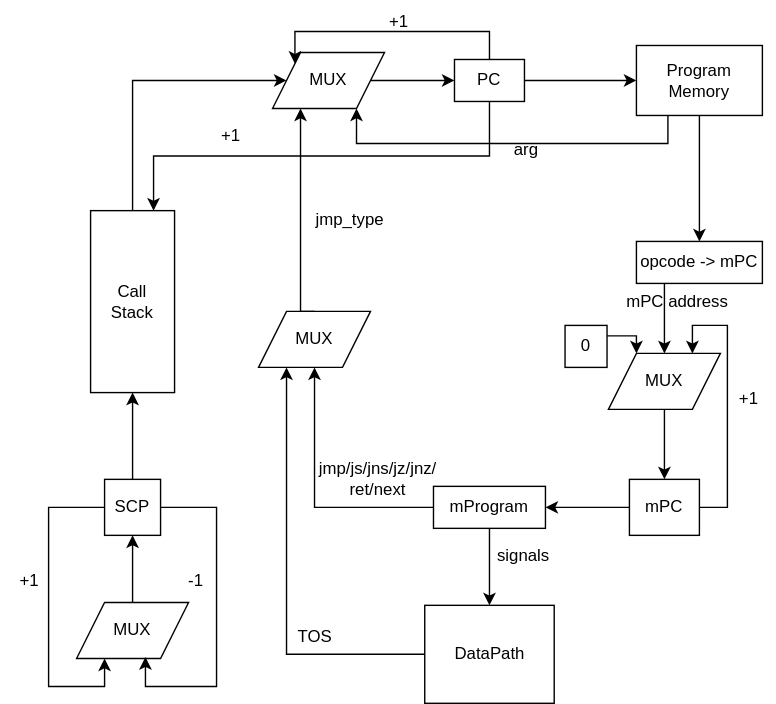
Earlier version of the draw.io export schemes/ControlUnit.svg (stanislav-shchetinin/MyAsm). Source tidied: cells renumbered, new cells last; positions are measured from the earlier drawing's top-left corner, leaving out a move shared by most shapes.
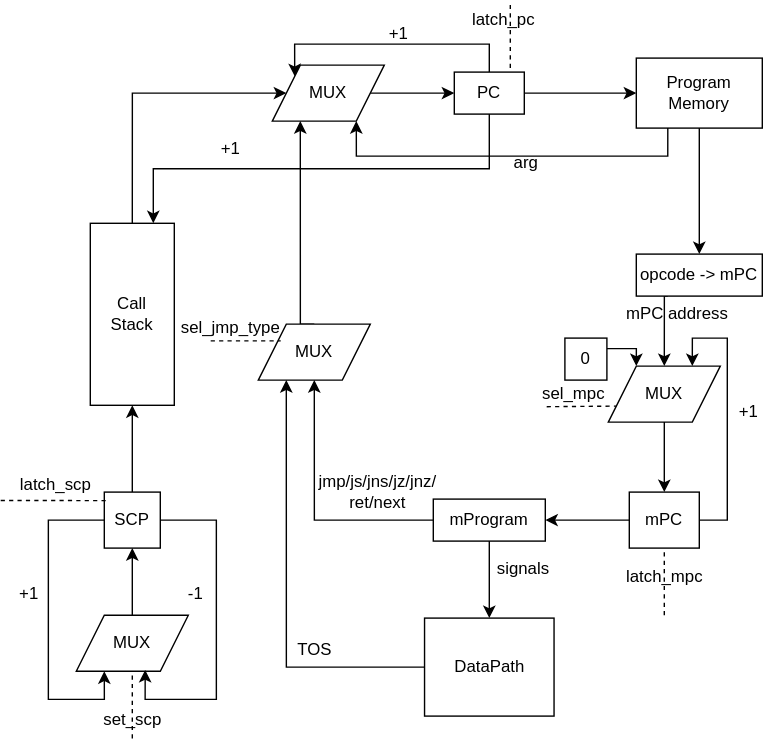
The same file after the commit.

The edit, as a diff of the source:
```diff
@@ -111,9 +111,6 @@
     <mxCell id="33" value="jmp/js/jns/jz/jnz/&lt;div&gt;ret/next&lt;/div&gt;" style="text;html=1;align=center;verticalAlign=middle;strokeColor=none;fillColor=none;" parent="1" vertex="1">
       <mxGeometry x="214" y="322" width="110" height="40" as="geometry" />
     </mxCell>
-    <mxCell id="34" value="jmp_type" style="text;html=1;align=center;verticalAlign=middle;strokeColor=none;fillColor=none;" parent="1" vertex="1">
-      <mxGeometry x="214" y="142" width="70" height="30" as="geometry" />
-    </mxCell>
     <mxCell id="35" style="edgeStyle=orthogonalEdgeStyle;rounded=0;jettySize=auto;html=1;exitX=0.5;exitY=0;exitDx=0;exitDy=0;entryX=0;entryY=0.5;entryDx=0;entryDy=0;" parent="1" edge="1" source="36" target="12">
       <mxGeometry relative="1" as="geometry">
         <Array as="points">
@@ -164,5 +161,56 @@
     <mxCell id="45" value="-1" style="text;html=1;align=center;verticalAlign=middle;strokeColor=none;fillColor=none;rotation=0;" parent="1" vertex="1">
       <mxGeometry x="124" y="400" width="30" height="30" as="geometry" />
     </mxCell>
+    <mxCell id="46" style="endArrow=none;dashed=1;html=1;rounded=0;entryX=0.5;entryY=1;entryDx=0;entryDy=0;" parent="1" edge="1" target="18">
+      <mxGeometry relative="1" as="geometry">
+        <mxPoint x="474" y="430" as="sourcePoint" />
+      </mxGeometry>
+    </mxCell>
+    <mxCell id="47" value="latch_mpc" style="text;html=1;align=center;verticalAlign=middle;strokeColor=none;fillColor=none;" parent="1" vertex="1">
+      <mxGeometry x="434" y="388" width="80" height="30" as="geometry" />
+    </mxCell>
+    <mxCell id="48" style="endArrow=none;dashed=1;html=1;rounded=0;entryX=0;entryY=0.75;entryDx=0;entryDy=0;" parent="1" edge="1" target="15">
+      <mxGeometry relative="1" as="geometry">
+        <mxPoint x="390" y="281" as="sourcePoint" />
+      </mxGeometry>
+    </mxCell>
+    <mxCell id="49" value="sel_mpc" style="text;html=1;align=center;verticalAlign=middle;strokeColor=none;fillColor=none;" parent="1" vertex="1">
+      <mxGeometry x="374" y="257" width="70" height="30" as="geometry" />
+    </mxCell>
+    <mxCell id="50" style="endArrow=none;dashed=1;html=1;rounded=0;entryX=0.06;entryY=0.152;entryDx=0;entryDy=0;entryPerimeter=0;" parent="1" edge="1" target="40">
+      <mxGeometry relative="1" as="geometry">
+        <mxPoint y="348" as="sourcePoint" />
+      </mxGeometry>
+    </mxCell>
+    <mxCell id="51" value="latch_scp" style="text;html=1;align=center;verticalAlign=middle;strokeColor=none;fillColor=none;" parent="1" vertex="1">
+      <mxGeometry x="4" y="322" width="70" height="30" as="geometry" />
+    </mxCell>
+    <mxCell id="52" style="endArrow=none;dashed=1;html=1;rounded=0;entryX=0.5;entryY=1;entryDx=0;entryDy=0;" parent="1" edge="1">
+      <mxGeometry relative="1" as="geometry">
+        <mxPoint x="94" y="518" as="sourcePoint" />
+        <mxPoint x="94" y="470" as="targetPoint" />
+      </mxGeometry>
+    </mxCell>
+    <mxCell id="53" value="set_scp" style="text;html=1;align=center;verticalAlign=middle;strokeColor=none;fillColor=none;" parent="1" vertex="1">
+      <mxGeometry x="64" y="490" width="60" height="30" as="geometry" />
+    </mxCell>
+    <mxCell id="54" style="endArrow=none;dashed=1;html=1;rounded=0;entryX=0;entryY=0.75;entryDx=0;entryDy=0;" parent="1" edge="1">
+      <mxGeometry relative="1" as="geometry">
+        <mxPoint x="150" y="234" as="sourcePoint" />
+        <mxPoint x="200" y="234" as="targetPoint" />
+      </mxGeometry>
+    </mxCell>
+    <mxCell id="55" value="sel_jmp_type" style="text;html=1;align=center;verticalAlign=middle;strokeColor=none;fillColor=none;" parent="1" vertex="1">
+      <mxGeometry x="119" y="210" width="90" height="30" as="geometry" />
+    </mxCell>
+    <mxCell id="56" style="endArrow=none;dashed=1;html=1;rounded=0;entryX=0.5;entryY=1;entryDx=0;entryDy=0;" parent="1" edge="1">
+      <mxGeometry relative="1" as="geometry">
+        <mxPoint x="364" y="39" as="sourcePoint" />
+        <mxPoint x="364" y="-9" as="targetPoint" />
+      </mxGeometry>
+    </mxCell>
+    <mxCell id="57" value="latch_pc" style="text;html=1;align=center;verticalAlign=middle;strokeColor=none;fillColor=none;" parent="1" vertex="1">
+      <mxGeometry x="324" y="-10" width="70" height="30" as="geometry" />
+    </mxCell>
   </root>
 </mxGraphModel>
```
